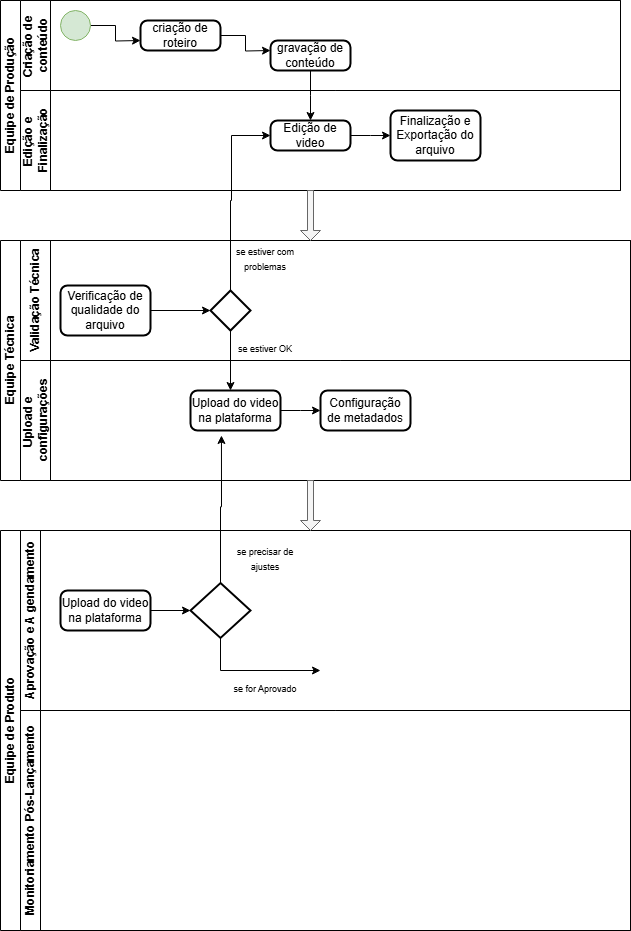
Before: Diagrama 2.0.drawio.png, a diagram exported from draw.io (Andynlx01/fluxograma.aprensa-o). Source tidied: cells renumbered, new cells last; positions are measured from the earlier drawing's top-left corner, leaving out a move shared by most shapes. The source it was exported from:
```xml
<mxGraphModel>
  <root>
    <mxCell id="0" />
    <mxCell id="1" parent="0" />
    <mxCell id="2" value="Equipe de Produção" style="swimlane;horizontal=0;startSize=20;html=1;" parent="1" vertex="1">
      <mxGeometry width="620" height="190" as="geometry" />
    </mxCell>
    <mxCell id="3" value="Criação de&amp;nbsp;&lt;div&gt;conteúdo&lt;/div&gt;" style="swimlane;startSize=30;horizontal=0;html=1;" parent="2" vertex="1">
      <mxGeometry x="20" width="600" height="90" as="geometry" />
    </mxCell>
    <mxCell id="4" style="edgeStyle=orthogonalEdgeStyle;rounded=0;jettySize=auto;html=1;" parent="3" edge="1" source="5">
      <mxGeometry relative="1" as="geometry">
        <mxPoint x="120" y="40" as="targetPoint" />
      </mxGeometry>
    </mxCell>
    <mxCell id="5" style="verticalLabelPosition=bottom;verticalAlign=top;html=1;shape=mxgraph.flowchart.on-page_reference;fillColor=#d5e8d4;strokeColor=#82b366;" parent="3" vertex="1">
      <mxGeometry x="40" y="10" width="30" height="30" as="geometry" />
    </mxCell>
    <mxCell id="6" style="edgeStyle=orthogonalEdgeStyle;rounded=0;jettySize=auto;html=1;" parent="3" edge="1" source="7">
      <mxGeometry relative="1" as="geometry">
        <mxPoint x="250" y="50" as="targetPoint" />
      </mxGeometry>
    </mxCell>
    <mxCell id="7" value="criação de roteiro" style="rounded=1;whiteSpace=wrap;html=1;absoluteArcSize=1;arcSize=14;strokeWidth=2;" parent="3" vertex="1">
      <mxGeometry x="120" y="20" width="80" height="30" as="geometry" />
    </mxCell>
    <mxCell id="8" style="edgeStyle=orthogonalEdgeStyle;rounded=0;jettySize=auto;html=1;" parent="3" edge="1" source="9">
      <mxGeometry relative="1" as="geometry">
        <mxPoint x="290" y="120" as="targetPoint" />
      </mxGeometry>
    </mxCell>
    <mxCell id="9" value="gravação de conteúdo" style="rounded=1;whiteSpace=wrap;html=1;absoluteArcSize=1;arcSize=14;strokeWidth=2;" parent="3" vertex="1">
      <mxGeometry x="250" y="40" width="80" height="30" as="geometry" />
    </mxCell>
    <mxCell id="10" value="Edição e&amp;nbsp;&lt;div&gt;Finalização&lt;/div&gt;" style="swimlane;startSize=30;horizontal=0;html=1;" parent="2" vertex="1">
      <mxGeometry x="20" y="90" width="600" height="100" as="geometry" />
    </mxCell>
    <mxCell id="11" style="edgeStyle=orthogonalEdgeStyle;rounded=0;jettySize=auto;html=1;" parent="10" edge="1" source="12">
      <mxGeometry relative="1" as="geometry">
        <mxPoint x="370" y="45" as="targetPoint" />
      </mxGeometry>
    </mxCell>
    <mxCell id="12" value="Edição de video" style="rounded=1;whiteSpace=wrap;html=1;absoluteArcSize=1;arcSize=14;strokeWidth=2;" parent="10" vertex="1">
      <mxGeometry x="250" y="30" width="80" height="30" as="geometry" />
    </mxCell>
    <mxCell id="13" value="Finalização e Exportação do arquivo" style="rounded=1;whiteSpace=wrap;html=1;absoluteArcSize=1;arcSize=14;strokeWidth=2;" parent="10" vertex="1">
      <mxGeometry x="370" y="20" width="90" height="50" as="geometry" />
    </mxCell>
    <mxCell id="14" value="Equipe Técnica" style="swimlane;horizontal=0;startSize=20;html=1;" parent="1" vertex="1">
      <mxGeometry y="240" width="630" height="240" as="geometry" />
    </mxCell>
    <mxCell id="15" value="Validação Técnica" style="swimlane;startSize=30;horizontal=0;html=1;" parent="14" vertex="1">
      <mxGeometry x="20" width="610" height="120" as="geometry" />
    </mxCell>
    <mxCell id="16" value="Verificação de qualidade do arquivo" style="rounded=1;whiteSpace=wrap;html=1;absoluteArcSize=1;arcSize=14;strokeWidth=2;" parent="15" vertex="1">
      <mxGeometry x="40" y="45" width="90" height="50" as="geometry" />
    </mxCell>
    <mxCell id="17" style="edgeStyle=orthogonalEdgeStyle;rounded=0;jettySize=auto;html=1;" parent="15" edge="1" source="18">
      <mxGeometry relative="1" as="geometry">
        <mxPoint x="210" y="150" as="targetPoint" />
      </mxGeometry>
    </mxCell>
    <mxCell id="18" style="strokeWidth=2;html=1;shape=mxgraph.flowchart.decision;whiteSpace=wrap;" parent="15" vertex="1">
      <mxGeometry x="190" y="50" width="40" height="40" as="geometry" />
    </mxCell>
    <mxCell id="19" style="edgeStyle=orthogonalEdgeStyle;rounded=0;jettySize=auto;html=1;" parent="15" edge="1" source="16" target="18">
      <mxGeometry relative="1" as="geometry" />
    </mxCell>
    <mxCell id="20" value="&lt;font style=&quot;font-size: 9px;&quot;&gt;se estiver com problemas&lt;/font&gt;" style="text;strokeColor=none;align=center;fillColor=none;html=1;verticalAlign=middle;whiteSpace=wrap;rounded=0;" parent="15" vertex="1">
      <mxGeometry x="210" width="70" height="35" as="geometry" />
    </mxCell>
    <mxCell id="21" value="&lt;font style=&quot;font-size: 9px;&quot;&gt;se estiver OK&lt;/font&gt;" style="text;strokeColor=none;align=center;fillColor=none;html=1;verticalAlign=middle;whiteSpace=wrap;rounded=0;" parent="15" vertex="1">
      <mxGeometry x="210" y="90" width="70" height="35" as="geometry" />
    </mxCell>
    <mxCell id="22" value="Upload e&amp;nbsp;&lt;div&gt;configurações&lt;/div&gt;" style="swimlane;startSize=30;horizontal=0;html=1;" parent="14" vertex="1">
      <mxGeometry x="20" y="120" width="610" height="120" as="geometry" />
    </mxCell>
    <mxCell id="23" style="edgeStyle=orthogonalEdgeStyle;rounded=0;jettySize=auto;html=1;" parent="22" edge="1" source="24">
      <mxGeometry relative="1" as="geometry">
        <mxPoint x="300" y="50" as="targetPoint" />
      </mxGeometry>
    </mxCell>
    <mxCell id="24" value="Upload do video na plataforma" style="rounded=1;whiteSpace=wrap;html=1;absoluteArcSize=1;arcSize=14;strokeWidth=2;" parent="22" vertex="1">
      <mxGeometry x="170" y="30" width="90" height="40" as="geometry" />
    </mxCell>
    <mxCell id="25" value="Configuração de metadados" style="rounded=1;whiteSpace=wrap;html=1;absoluteArcSize=1;arcSize=14;strokeWidth=2;" parent="22" vertex="1">
      <mxGeometry x="300" y="30" width="90" height="40" as="geometry" />
    </mxCell>
    <mxCell id="26" value="Equipe de Produto" style="swimlane;horizontal=0;startSize=20;html=1;" parent="1" vertex="1">
      <mxGeometry y="530" width="630" height="400" as="geometry" />
    </mxCell>
    <mxCell id="27" value="Aprovação e A gendamento" style="swimlane;startSize=20;horizontal=0;html=1;" parent="26" vertex="1">
      <mxGeometry x="20" width="610" height="180" as="geometry" />
    </mxCell>
    <mxCell id="28" value="Upload do video na plataforma" style="rounded=1;whiteSpace=wrap;html=1;absoluteArcSize=1;arcSize=14;strokeWidth=2;" parent="27" vertex="1">
      <mxGeometry x="40" y="60" width="90" height="40" as="geometry" />
    </mxCell>
    <mxCell id="29" style="edgeStyle=orthogonalEdgeStyle;rounded=0;jettySize=auto;html=1;exitX=0.5;exitY=1;exitDx=0;exitDy=0;exitPerimeter=0;" parent="27" edge="1" source="30">
      <mxGeometry relative="1" as="geometry">
        <mxPoint x="300" y="140" as="targetPoint" />
        <Array as="points">
          <mxPoint x="200" y="140" />
          <mxPoint x="300" y="140" />
        </Array>
      </mxGeometry>
    </mxCell>
    <mxCell id="30" style="strokeWidth=2;html=1;shape=mxgraph.flowchart.decision;whiteSpace=wrap;" parent="27" vertex="1">
      <mxGeometry x="170" y="52.5" width="60" height="55" as="geometry" />
    </mxCell>
    <mxCell id="31" style="edgeStyle=orthogonalEdgeStyle;rounded=0;jettySize=auto;html=1;" parent="27" edge="1" source="28" target="30">
      <mxGeometry relative="1" as="geometry" />
    </mxCell>
    <mxCell id="32" value="&lt;font style=&quot;font-size: 9px;&quot;&gt;se precisar de ajustes&lt;/font&gt;" style="text;strokeColor=none;align=center;fillColor=none;html=1;verticalAlign=middle;whiteSpace=wrap;rounded=0;" parent="27" vertex="1">
      <mxGeometry x="210" y="10" width="70" height="35" as="geometry" />
    </mxCell>
    <mxCell id="33" value="&lt;font style=&quot;font-size: 9px;&quot;&gt;se for Aprovado&lt;/font&gt;" style="text;strokeColor=none;align=center;fillColor=none;html=1;verticalAlign=middle;whiteSpace=wrap;rounded=0;" parent="27" vertex="1">
      <mxGeometry x="210" y="140" width="70" height="35" as="geometry" />
    </mxCell>
    <mxCell id="34" value="Monitoriamento Pós-Lançamento" style="swimlane;startSize=20;horizontal=0;html=1;" parent="26" vertex="1">
      <mxGeometry x="20" y="180" width="610" height="220" as="geometry" />
    </mxCell>
    <mxCell id="35" style="shape=singleArrow;direction=south;whiteSpace=wrap;html=1;fillColor=#f5f5f5;fontColor=#333333;strokeColor=#666666;" parent="1" vertex="1">
      <mxGeometry x="300" y="190" width="20" height="50" as="geometry" />
    </mxCell>
    <mxCell id="36" style="edgeStyle=orthogonalEdgeStyle;rounded=0;jettySize=auto;html=1;entryX=0;entryY=0.5;entryDx=0;entryDy=0;" parent="1" edge="1" source="18" target="12">
      <mxGeometry relative="1" as="geometry">
        <Array as="points">
          <mxPoint x="230" y="200" />
          <mxPoint x="231" y="200" />
          <mxPoint x="231" y="135" />
        </Array>
      </mxGeometry>
    </mxCell>
    <mxCell id="37" style="shape=singleArrow;direction=south;whiteSpace=wrap;html=1;fillColor=#f5f5f5;fontColor=#333333;strokeColor=#666666;" parent="1" vertex="1">
      <mxGeometry x="300" y="480" width="20" height="50" as="geometry" />
    </mxCell>
    <mxCell id="38" style="edgeStyle=orthogonalEdgeStyle;rounded=0;jettySize=auto;html=1;entryX=0.344;entryY=1.125;entryDx=0;entryDy=0;entryPerimeter=0;" parent="1" edge="1" source="30" target="24">
      <mxGeometry relative="1" as="geometry" />
    </mxCell>
  </root>
</mxGraphModel>
```
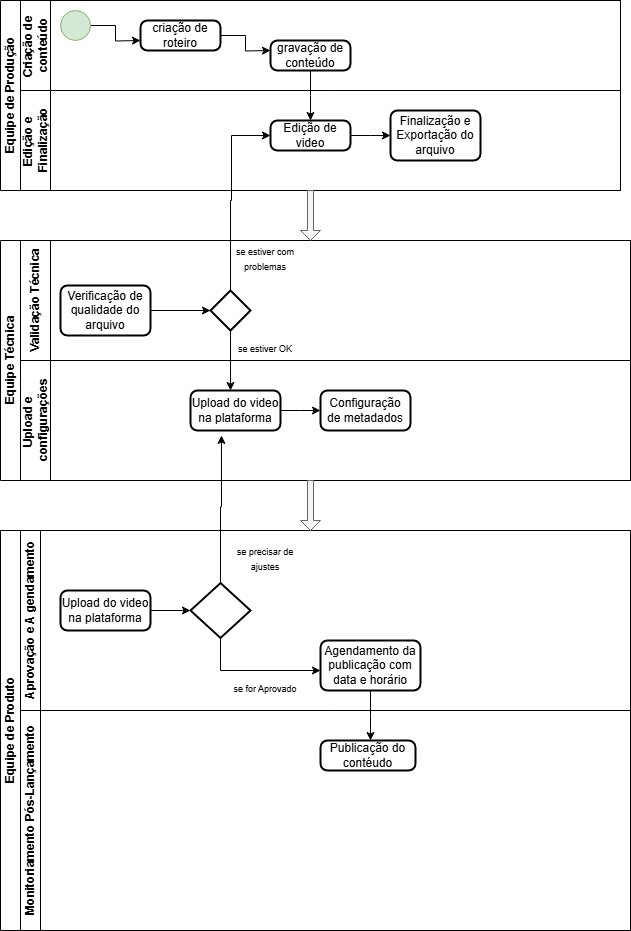
After the commit.

Change to the diagram source:
```diff
@@ -116,9 +116,20 @@
     <mxCell id="33" value="&lt;font style=&quot;font-size: 9px;&quot;&gt;se for Aprovado&lt;/font&gt;" style="text;strokeColor=none;align=center;fillColor=none;html=1;verticalAlign=middle;whiteSpace=wrap;rounded=0;" parent="27" vertex="1">
       <mxGeometry x="210" y="140" width="70" height="35" as="geometry" />
     </mxCell>
+    <mxCell id="39" style="edgeStyle=orthogonalEdgeStyle;rounded=0;jettySize=auto;html=1;" parent="27" edge="1" source="40">
+      <mxGeometry relative="1" as="geometry">
+        <mxPoint x="350" y="210" as="targetPoint" />
+      </mxGeometry>
+    </mxCell>
+    <mxCell id="40" value="Agendamento da publicação com data e horário" style="rounded=1;whiteSpace=wrap;html=1;absoluteArcSize=1;arcSize=14;strokeWidth=2;" parent="27" vertex="1">
+      <mxGeometry x="300" y="110" width="100" height="50" as="geometry" />
+    </mxCell>
     <mxCell id="34" value="Monitoriamento Pós-Lançamento" style="swimlane;startSize=20;horizontal=0;html=1;" parent="26" vertex="1">
       <mxGeometry x="20" y="180" width="610" height="220" as="geometry" />
     </mxCell>
+    <mxCell id="41" value="Publicação do contéudo" style="rounded=1;whiteSpace=wrap;html=1;absoluteArcSize=1;arcSize=14;strokeWidth=2;" parent="34" vertex="1">
+      <mxGeometry x="300" y="30" width="95" height="30" as="geometry" />
+    </mxCell>
     <mxCell id="35" style="shape=singleArrow;direction=south;whiteSpace=wrap;html=1;fillColor=#f5f5f5;fontColor=#333333;strokeColor=#666666;" parent="1" vertex="1">
       <mxGeometry x="300" y="190" width="20" height="50" as="geometry" />
     </mxCell>
```
